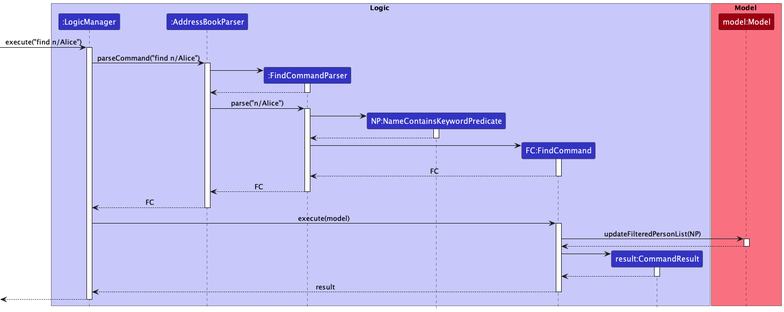
Earlier version of the PlantUML export docs/images/FindSequenceDiagram.png (nus-cs2103-AY2223S2/tp). Its source is kept beside it as docs/diagrams/FindSequenceDiagram.puml.
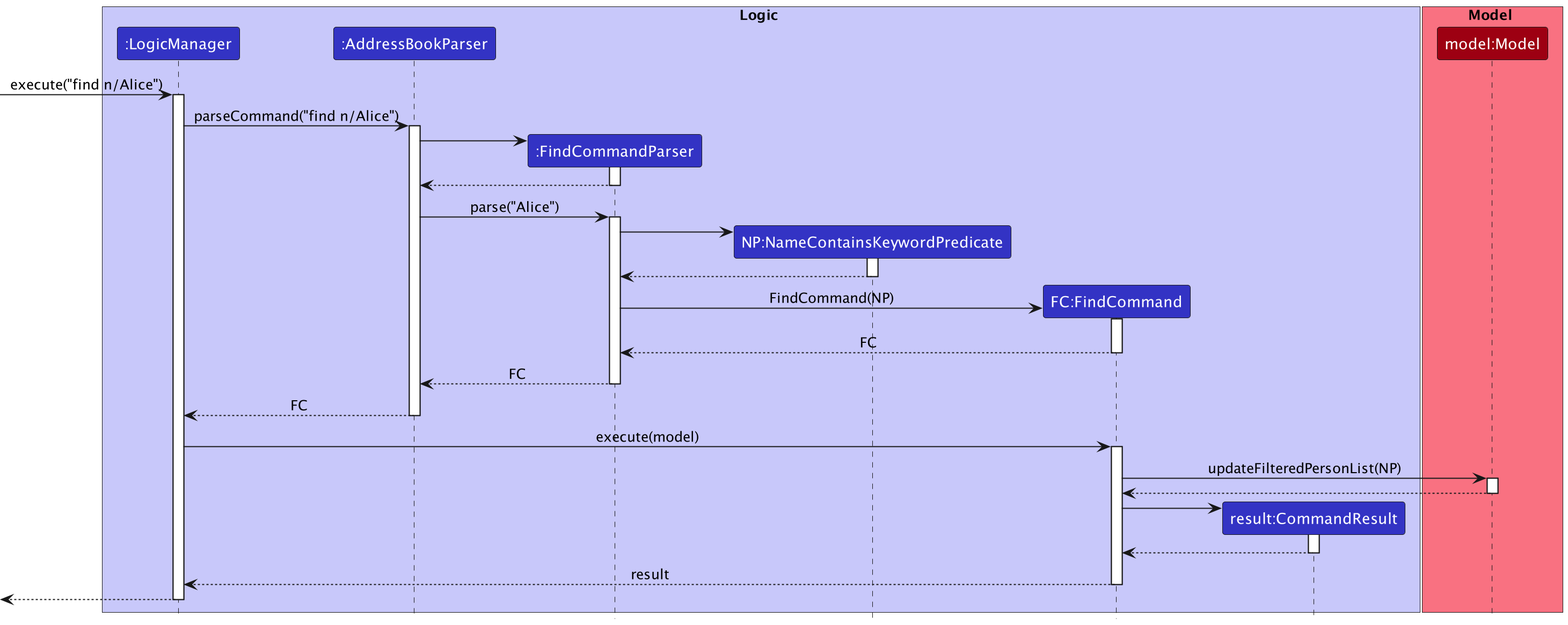
After the commit.

Commit message:
Edit DG and Find command message usage

Diff of the diagram source:
```diff
@@ -27,7 +27,7 @@
 FindCommandParser --> AddressBookParser
 deactivate FindCommandParser
 
-AddressBookParser -> FindCommandParser : parse("n/Alice")
+AddressBookParser -> FindCommandParser : parse("Alice")
 activate FindCommandParser
 
 create NameContainsKeywordPredicate
@@ -38,7 +38,7 @@
 deactivate NameContainsKeywordPredicate
 
 create FindCommand
-FindCommandParser -> FindCommand
+FindCommandParser -> FindCommand : FindCommand(NP)
 activate FindCommand
 
 FindCommand --> FindCommandParser : FC
```
